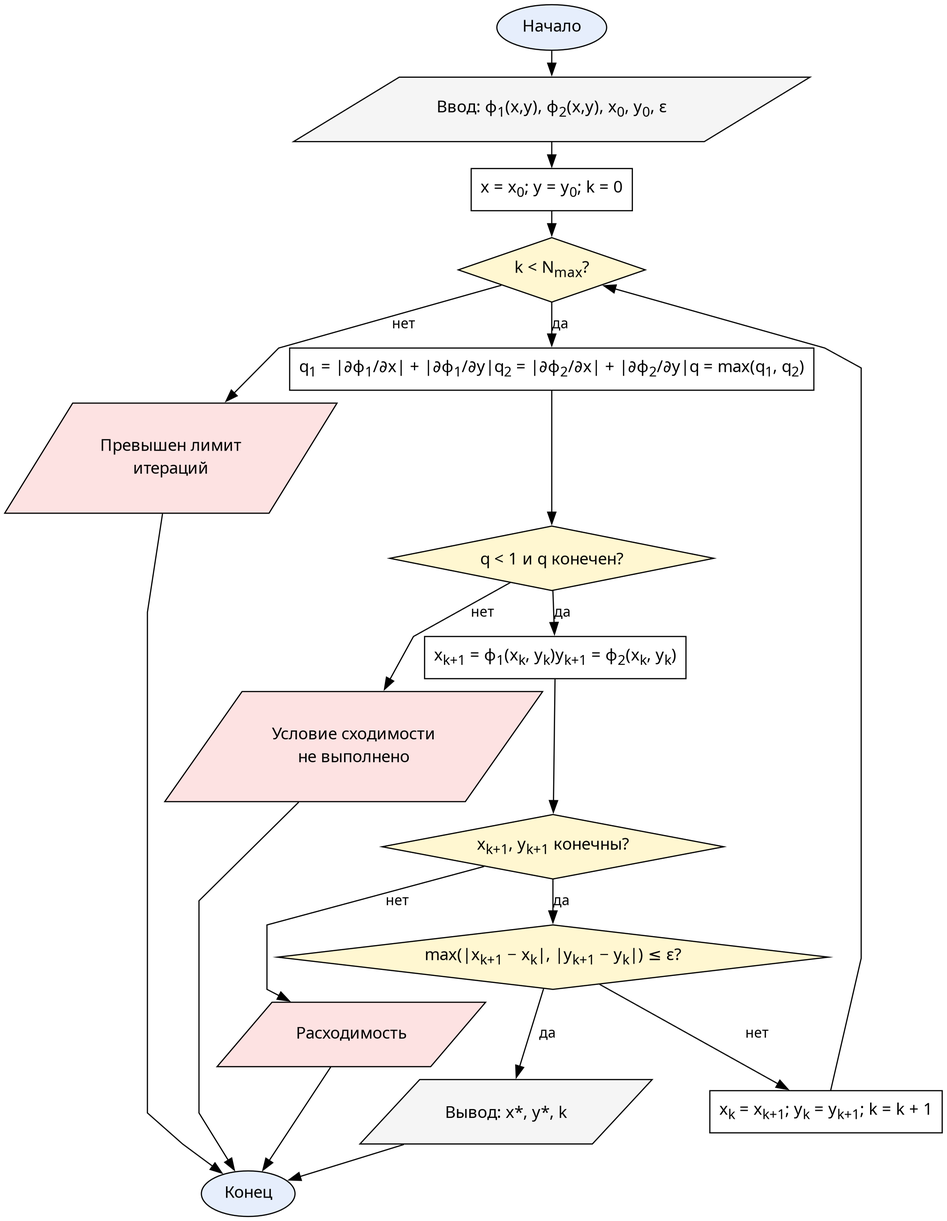
Above: doc/resources/flowcharts/system_iter.png in Oriptal/calc-math-lab2 (Graphviz), before the change. Its source is kept beside it as doc/resources/flowcharts/system_iter.dot. Source of this version:
```dot
digraph SystemIter {
  graph [fontname="CMU Serif", rankdir=TB, nodesep=0.25, ranksep=0.3, splines=polyline]
  node  [fontname="CMU Serif", fontsize=14, style="filled", fillcolor="#ffffff", color="#000000"]
  edge  [fontname="CMU Serif", fontsize=12, color="#000000"]

  start [label="Начало", shape=oval, fillcolor="#e6eefc"]
  input [label=<Ввод: φ<SUB>1</SUB>(x,y), φ<SUB>2</SUB>(x,y), x<SUB>0</SUB>, y<SUB>0</SUB>, ε>, shape=parallelogram, fillcolor="#f5f5f5"]
  initXY [label=<x = x<SUB>0</SUB>; y = y<SUB>0</SUB>; k = 0>, shape=box]

  kMax   [label=<k &lt; N<SUB>max</SUB>?>, shape=diamond, fillcolor="#fff7d1"]
  errMax [label="Превышен лимит\nитераций", shape=parallelogram, fillcolor="#fde2e2"]

  rows   [label=<q<SUB>1</SUB> = |∂φ<SUB>1</SUB>/∂x| + |∂φ<SUB>1</SUB>/∂y|&#10;q<SUB>2</SUB> = |∂φ<SUB>2</SUB>/∂x| + |∂φ<SUB>2</SUB>/∂y|&#10;q = max(q<SUB>1</SUB>, q<SUB>2</SUB>)>, shape=box]
  chkQ   [label=<q &lt; 1 и q конечен?>, shape=diamond, fillcolor="#fff7d1"]
  errQ   [label="Условие сходимости\nне выполнено", shape=parallelogram, fillcolor="#fde2e2"]

  nextXY [label=<x<SUB>k+1</SUB> = φ<SUB>1</SUB>(x<SUB>k</SUB>, y<SUB>k</SUB>)&#10;y<SUB>k+1</SUB> = φ<SUB>2</SUB>(x<SUB>k</SUB>, y<SUB>k</SUB>)>, shape=box]
  chkFin [label=<x<SUB>k+1</SUB>, y<SUB>k+1</SUB> конечны?>, shape=diamond, fillcolor="#fff7d1"]
  errDiv [label="Расходимость", shape=parallelogram, fillcolor="#fde2e2"]

  stopCrit [label=<max(|x<SUB>k+1</SUB> − x<SUB>k</SUB>|, |y<SUB>k+1</SUB> − y<SUB>k</SUB>|) ≤ ε?>, shape=diamond, fillcolor="#fff7d1"]
  shift    [label=<x<SUB>k</SUB> = x<SUB>k+1</SUB>; y<SUB>k</SUB> = y<SUB>k+1</SUB>; k = k + 1>, shape=box]

  output [label=<Вывод: x*, y*, k>, shape=parallelogram, fillcolor="#f5f5f5"]
  stop   [label="Конец", shape=oval, fillcolor="#e6eefc"]

  start -> input -> initXY -> kMax
  kMax -> errMax [label="нет"]
  errMax -> stop
  kMax -> rows [label="да"]
  rows -> chkQ
  chkQ -> errQ [label="нет"]
  errQ -> stop
  chkQ -> nextXY [label="да"]
  nextXY -> chkFin
  chkFin -> errDiv [label="нет"]
  errDiv -> stop
  chkFin -> stopCrit [label="да"]
  stopCrit -> output [label="да"]
  output -> stop
  stopCrit -> shift [label="нет"]
  shift -> kMax
}
```
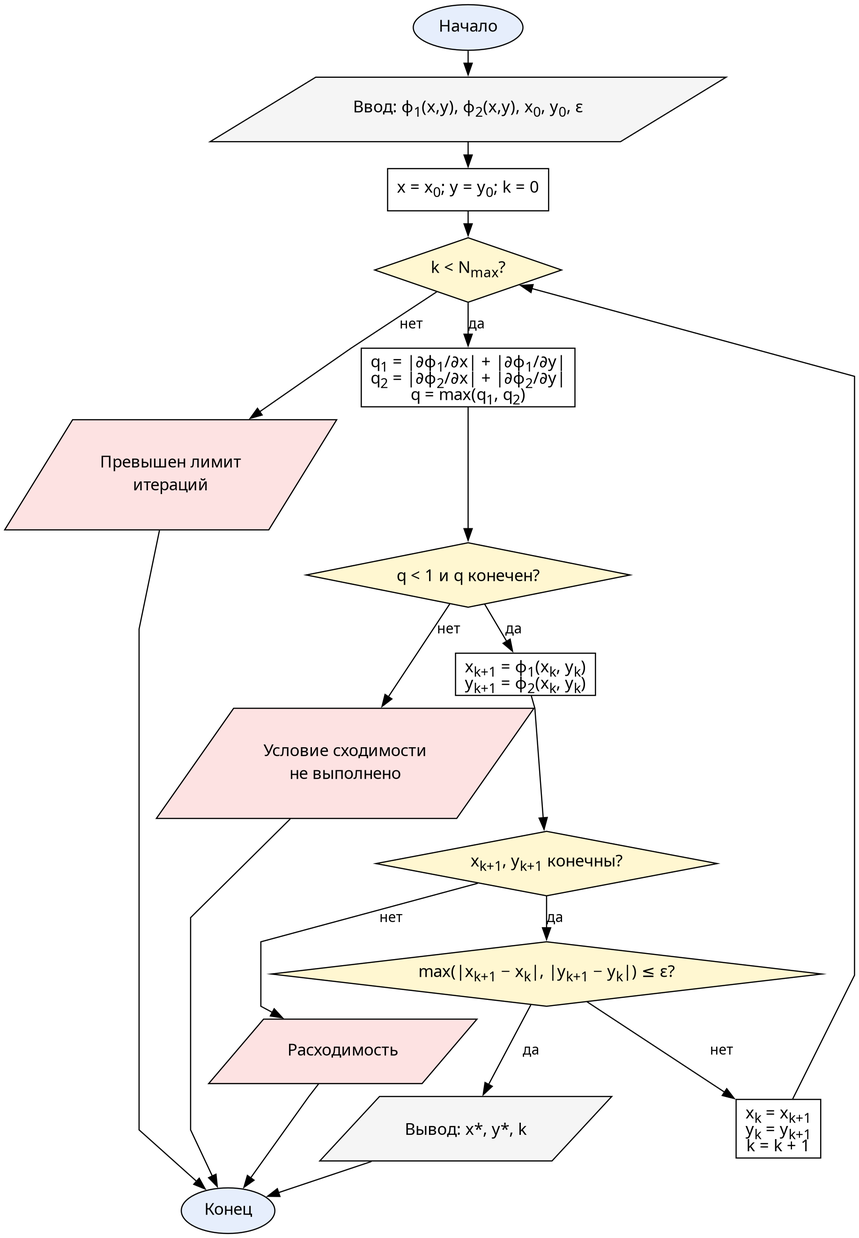
The same diagram one commit later.

Diff of the diagram source:
```diff
@@ -10,16 +10,16 @@
   kMax   [label=<k &lt; N<SUB>max</SUB>?>, shape=diamond, fillcolor="#fff7d1"]
   errMax [label="Превышен лимит\nитераций", shape=parallelogram, fillcolor="#fde2e2"]
 
-  rows   [label=<q<SUB>1</SUB> = |∂φ<SUB>1</SUB>/∂x| + |∂φ<SUB>1</SUB>/∂y|&#10;q<SUB>2</SUB> = |∂φ<SUB>2</SUB>/∂x| + |∂φ<SUB>2</SUB>/∂y|&#10;q = max(q<SUB>1</SUB>, q<SUB>2</SUB>)>, shape=box]
+  rows   [label=<q<SUB>1</SUB> = |∂φ<SUB>1</SUB>/∂x| + |∂φ<SUB>1</SUB>/∂y|<BR/>q<SUB>2</SUB> = |∂φ<SUB>2</SUB>/∂x| + |∂φ<SUB>2</SUB>/∂y|<BR/>q = max(q<SUB>1</SUB>, q<SUB>2</SUB>)>, shape=box]
   chkQ   [label=<q &lt; 1 и q конечен?>, shape=diamond, fillcolor="#fff7d1"]
   errQ   [label="Условие сходимости\nне выполнено", shape=parallelogram, fillcolor="#fde2e2"]
 
-  nextXY [label=<x<SUB>k+1</SUB> = φ<SUB>1</SUB>(x<SUB>k</SUB>, y<SUB>k</SUB>)&#10;y<SUB>k+1</SUB> = φ<SUB>2</SUB>(x<SUB>k</SUB>, y<SUB>k</SUB>)>, shape=box]
+  nextXY [label=<x<SUB>k+1</SUB> = φ<SUB>1</SUB>(x<SUB>k</SUB>, y<SUB>k</SUB>)<BR/>y<SUB>k+1</SUB> = φ<SUB>2</SUB>(x<SUB>k</SUB>, y<SUB>k</SUB>)>, shape=box]
   chkFin [label=<x<SUB>k+1</SUB>, y<SUB>k+1</SUB> конечны?>, shape=diamond, fillcolor="#fff7d1"]
   errDiv [label="Расходимость", shape=parallelogram, fillcolor="#fde2e2"]
 
   stopCrit [label=<max(|x<SUB>k+1</SUB> − x<SUB>k</SUB>|, |y<SUB>k+1</SUB> − y<SUB>k</SUB>|) ≤ ε?>, shape=diamond, fillcolor="#fff7d1"]
-  shift    [label=<x<SUB>k</SUB> = x<SUB>k+1</SUB>; y<SUB>k</SUB> = y<SUB>k+1</SUB>; k = k + 1>, shape=box]
+  shift    [label=<x<SUB>k</SUB> = x<SUB>k+1</SUB><BR/>y<SUB>k</SUB> = y<SUB>k+1</SUB><BR/>k = k + 1>, shape=box]
 
   output [label=<Вывод: x*, y*, k>, shape=parallelogram, fillcolor="#f5f5f5"]
   stop   [label="Конец", shape=oval, fillcolor="#e6eefc"]
```
